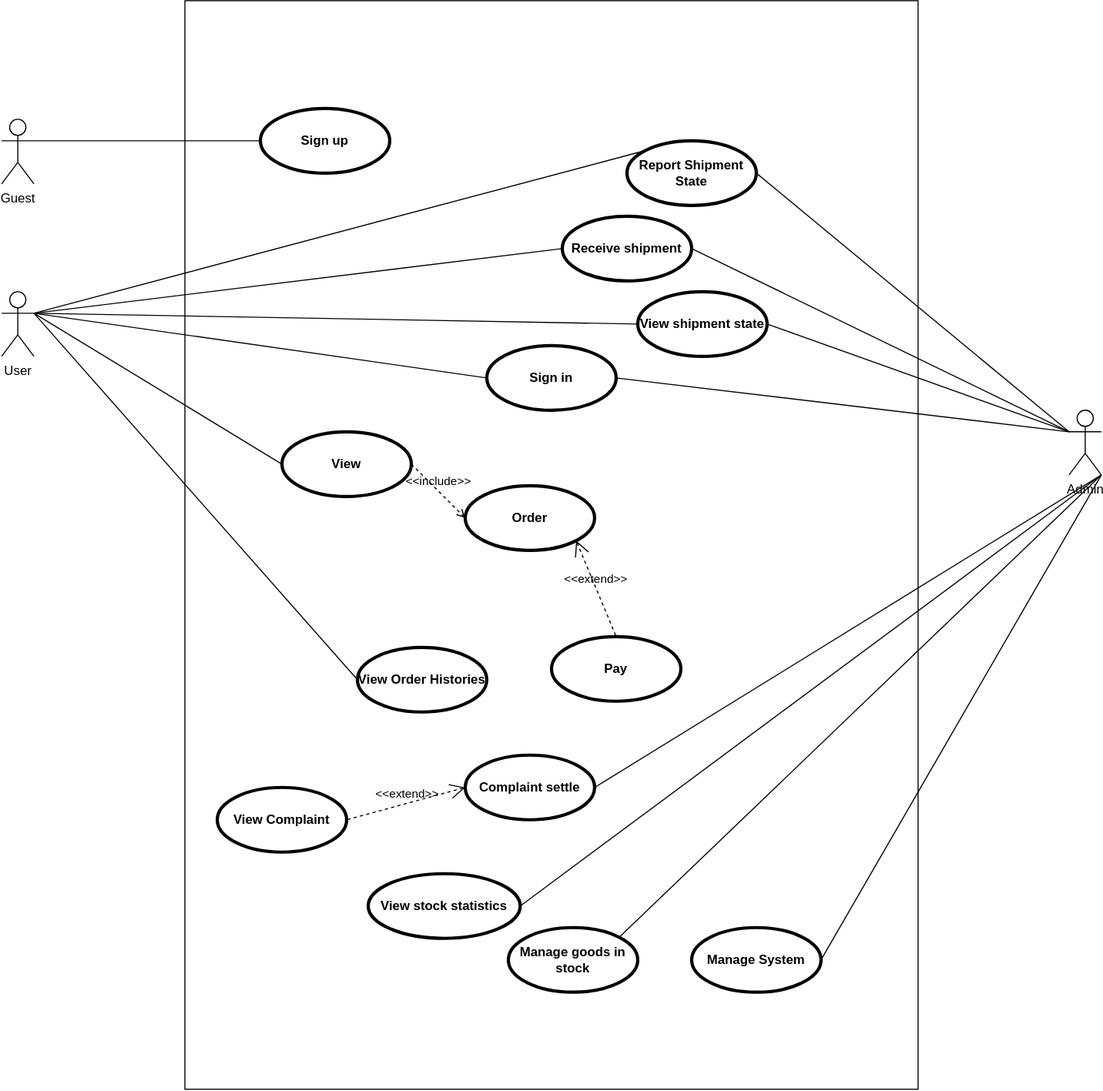
Before: System_Design/UseCase/UseCase_DR.svg, a diagram exported from draw.io (giakhangnguyenlam/WebsiteTangQua). Source tidied: cells renumbered, new cells last; positions are measured from the earlier drawing's top-left corner, leaving out a move shared by most shapes.
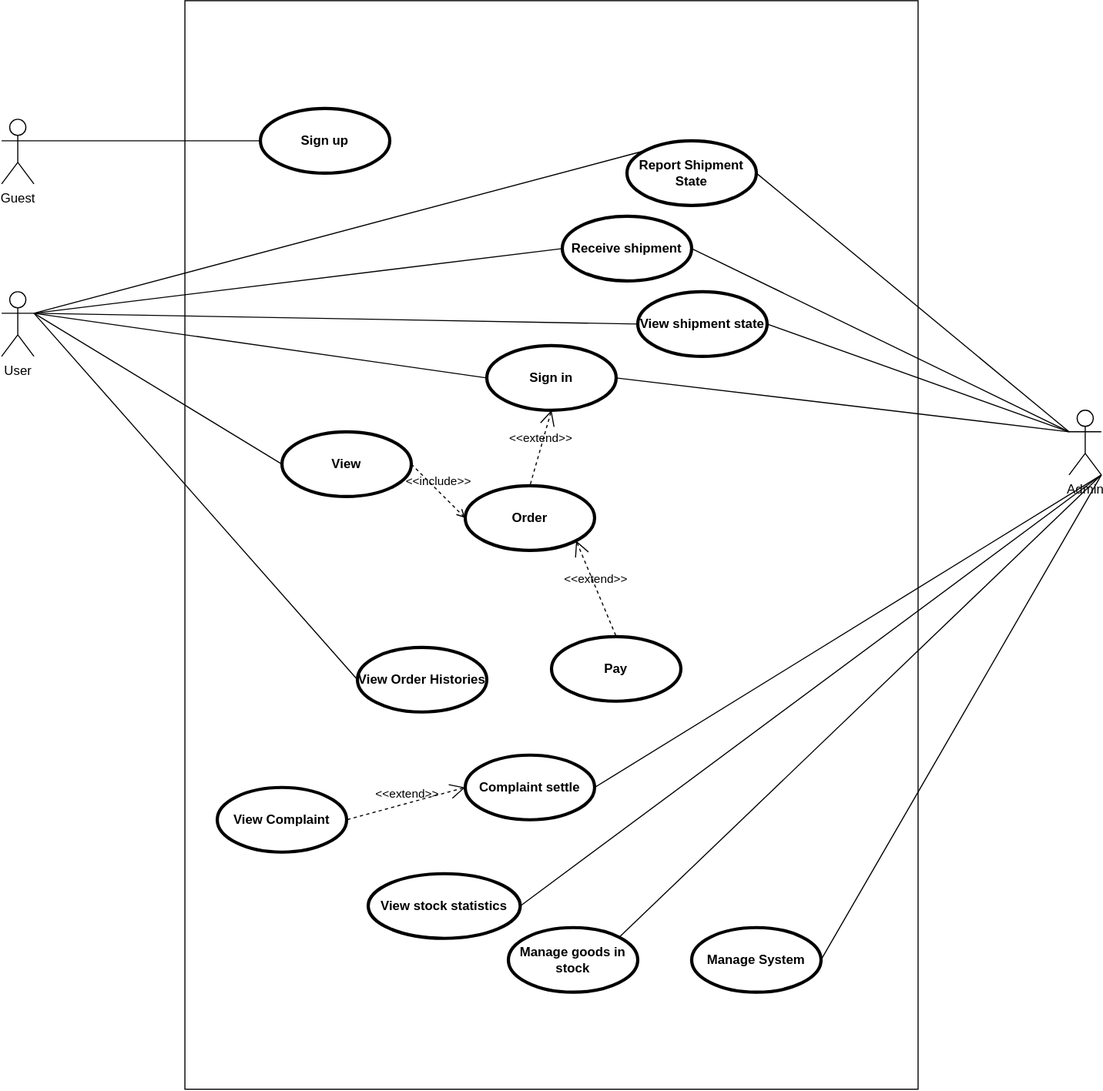
Later version of the same file.

What changed in the source:
```diff
@@ -110,5 +110,8 @@
     <mxCell id="37" value="&amp;lt;&amp;lt;extend&amp;gt;&amp;gt;" style="edgeStyle=none;html=1;startArrow=open;endArrow=none;startSize=12;verticalAlign=bottom;dashed=1;labelBackgroundColor=none;exitX=0;exitY=0.5;exitDx=0;exitDy=0;entryX=1;entryY=0.5;entryDx=0;entryDy=0;" parent="1" edge="1" source="8" target="15">
       <mxGeometry relative="1" as="geometry" />
     </mxCell>
+    <mxCell id="38" value="&amp;lt;&amp;lt;extend&amp;gt;&amp;gt;" style="edgeStyle=none;html=1;startArrow=open;endArrow=none;startSize=12;verticalAlign=bottom;dashed=1;labelBackgroundColor=none;exitX=0.5;exitY=1;exitDx=0;exitDy=0;entryX=0.5;entryY=0;entryDx=0;entryDy=0;" parent="1" edge="1" source="6" target="4">
+      <mxGeometry relative="1" as="geometry" />
+    </mxCell>
   </root>
 </mxGraphModel>
```
